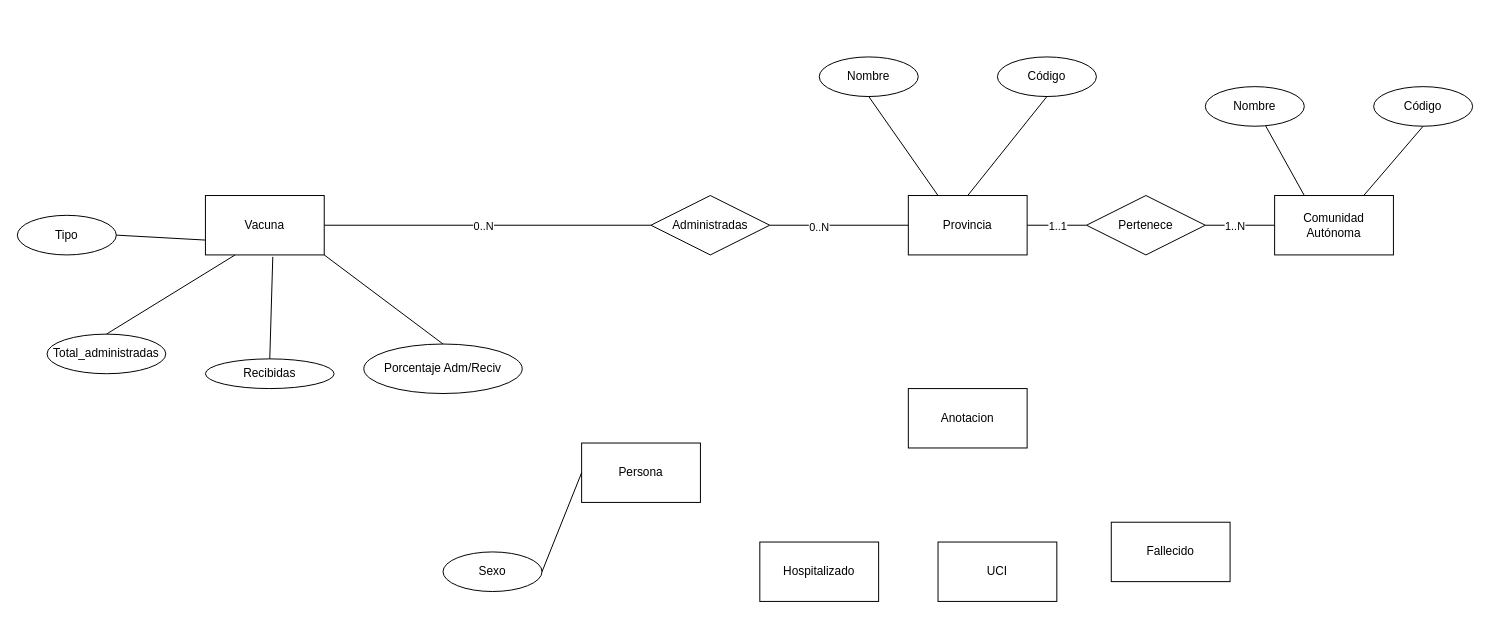
Earlier version of the draw.io diagram Diagramas/ER.drawio (jgimfig/TFG). Source tidied: cells renumbered, new cells numbered last; positions are measured from the earlier drawing's top-left corner, leaving out a move shared by most shapes. Both pictures are drawn from the tidied source at 99%, with x=0, y=0 at pixel (17, 56).
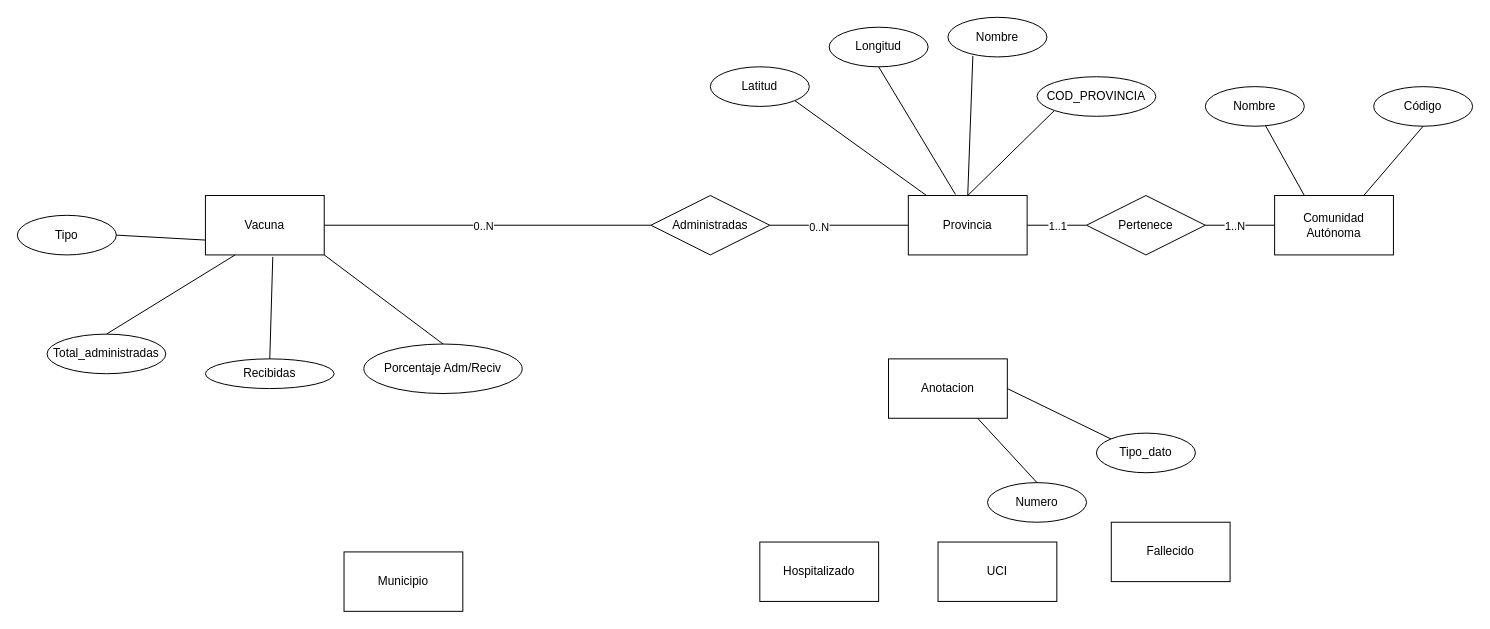
The same diagram, later.

The change refers to these unchanged cells:
```xml
<mxCell id="2" value="Provincia" style="rounded=0;whiteSpace=wrap;html=1;" parent="1" vertex="1">
  <mxGeometry x="900" y="140" width="120" height="60" as="geometry" />
</mxCell>
```

Change to the diagram source:
```diff
@@
     <mxCell id="5" value="Nombre" style="ellipse;whiteSpace=wrap;html=1;" parent="1" vertex="1">
-      <mxGeometry x="810" width="100" height="40" as="geometry" />
+      <mxGeometry x="940" y="-40" width="100" height="40" as="geometry" />
     </mxCell>
-    <mxCell id="6" value="Código" style="ellipse;whiteSpace=wrap;html=1;" parent="1" vertex="1">
-      <mxGeometry x="990" width="100" height="40" as="geometry" />
+    <mxCell id="6" value="COD_PROVINCIA" style="ellipse;whiteSpace=wrap;html=1;" parent="1" vertex="1">
+      <mxGeometry x="1030" y="20" width="120" height="40" as="geometry" />
     </mxCell>
-    <mxCell id="7" style="endArrow=none;html=1;rounded=0;entryX=0.5;entryY=1;entryDx=0;entryDy=0;exitX=0.5;exitY=0;exitDx=0;exitDy=0;" parent="1" edge="1" source="2" target="6">
+    <mxCell id="7" style="endArrow=none;html=1;rounded=0;entryX=0;entryY=1;entryDx=0;entryDy=0;exitX=0.5;exitY=0;exitDx=0;exitDy=0;" parent="1" edge="1" source="2" target="6">
       <mxGeometry relative="1" as="geometry" />
     </mxCell>
-    <mxCell id="8" style="endArrow=none;html=1;rounded=0;entryX=0.5;entryY=1;entryDx=0;entryDy=0;exitX=0.25;exitY=0;exitDx=0;exitDy=0;" parent="1" edge="1" source="2" target="5">
+    <mxCell id="8" style="endArrow=none;html=1;rounded=0;entryX=0.252;entryY=0.974;entryDx=0;entryDy=0;exitX=0.5;exitY=0;exitDx=0;exitDy=0;entryPerimeter=0;" parent="1" edge="1" source="2" target="5">
       <mxGeometry relative="1" as="geometry" />
     </mxCell>
@@
     <mxCell id="31" value="Anotacion" style="rounded=0;whiteSpace=wrap;html=1;" parent="1" vertex="1">
-      <mxGeometry x="900" y="335" width="120" height="60" as="geometry" />
+      <mxGeometry x="880" y="305" width="120" height="60" as="geometry" />
     </mxCell>
@@
-    <mxCell id="35" value="Persona" style="rounded=0;whiteSpace=wrap;html=1;" parent="1" vertex="1">
-      <mxGeometry x="570" y="390" width="120" height="60" as="geometry" />
+    <mxCell id="35" value="Municipio" style="rounded=0;whiteSpace=wrap;html=1;" parent="1" vertex="1">
+      <mxGeometry x="330" y="500" width="120" height="60" as="geometry" />
     </mxCell>
-    <mxCell id="36" value="Sexo" style="ellipse;whiteSpace=wrap;html=1;" parent="1" vertex="1">
-      <mxGeometry x="430" y="500" width="100" height="40" as="geometry" />
-    </mxCell>
-    <mxCell id="37" style="endArrow=none;html=1;rounded=0;entryX=1;entryY=0.5;entryDx=0;entryDy=0;exitX=0;exitY=0.5;exitDx=0;exitDy=0;" parent="1" edge="1" source="35" target="36">
-      <mxGeometry relative="1" as="geometry" />
-    </mxCell>
+    <mxCell id="38" value="Tipo_dato" style="ellipse;whiteSpace=wrap;html=1;" parent="1" vertex="1">
+      <mxGeometry x="1090" y="380" width="100" height="40" as="geometry" />
+    </mxCell>
+    <mxCell id="39" style="endArrow=none;html=1;rounded=0;entryX=0;entryY=0;entryDx=0;entryDy=0;exitX=1;exitY=0.5;exitDx=0;exitDy=0;" parent="1" edge="1" source="31" target="38">
+      <mxGeometry relative="1" as="geometry" />
+    </mxCell>
+    <mxCell id="40" value="Numero" style="ellipse;whiteSpace=wrap;html=1;" parent="1" vertex="1">
+      <mxGeometry x="980" y="430" width="100" height="40" as="geometry" />
+    </mxCell>
+    <mxCell id="41" style="endArrow=none;html=1;rounded=0;entryX=0.5;entryY=0;entryDx=0;entryDy=0;exitX=0.75;exitY=1;exitDx=0;exitDy=0;" parent="1" edge="1" source="31" target="40">
+      <mxGeometry relative="1" as="geometry" />
+    </mxCell>
+    <mxCell id="42" value="Latitud" style="ellipse;whiteSpace=wrap;html=1;" parent="1" vertex="1">
+      <mxGeometry x="700" y="10" width="100" height="40" as="geometry" />
+    </mxCell>
+    <mxCell id="43" value="Longitud" style="ellipse;whiteSpace=wrap;html=1;" parent="1" vertex="1">
+      <mxGeometry x="820" y="-30" width="100" height="40" as="geometry" />
+    </mxCell>
+    <mxCell id="44" style="endArrow=none;html=1;rounded=0;entryX=0.5;entryY=1;entryDx=0;entryDy=0;exitX=0.397;exitY=-0.018;exitDx=0;exitDy=0;exitPerimeter=0;" parent="1" edge="1" source="2" target="43">
+      <mxGeometry relative="1" as="geometry" />
+    </mxCell>
+    <mxCell id="45" style="endArrow=none;html=1;rounded=0;entryX=1;entryY=1;entryDx=0;entryDy=0;" parent="1" edge="1" source="2" target="42">
+      <mxGeometry relative="1" as="geometry" />
+    </mxCell>
```
